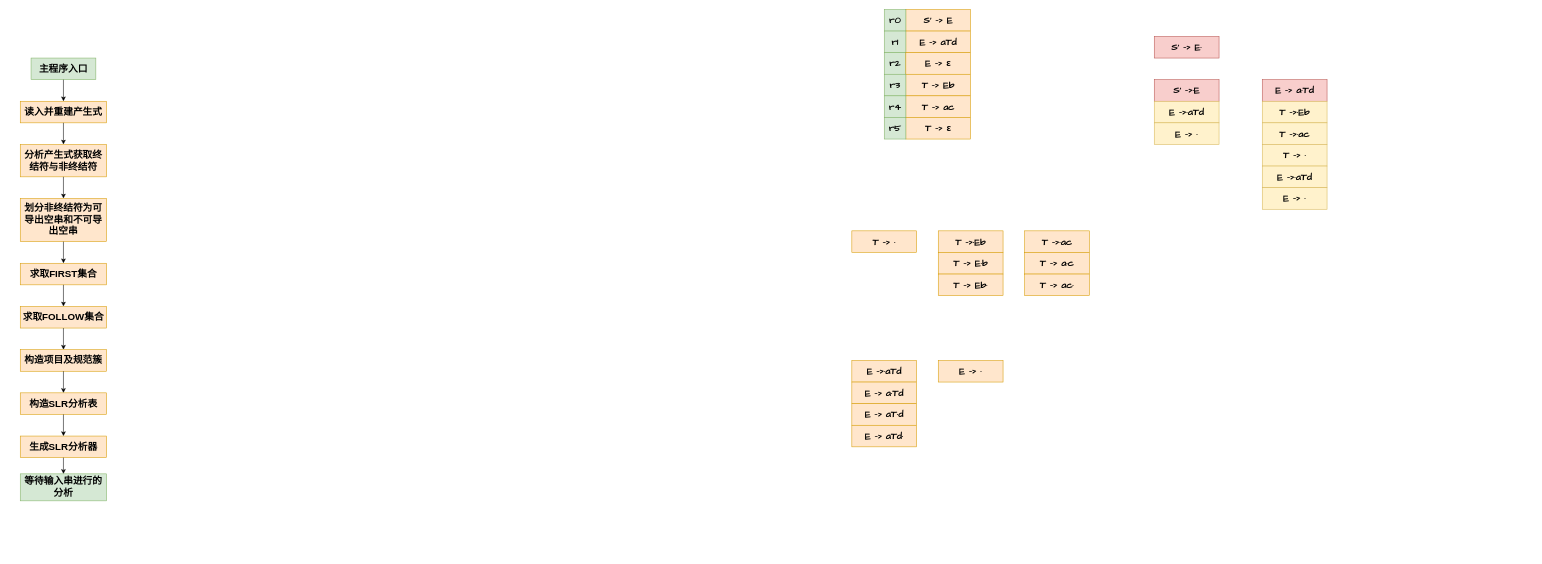
Earlier version of the draw.io diagram CS/CompilersPrinciples/GrammaticalAnalysis.drawio (umiskky/Diagrams). Source tidied: cells renumbered, new cells numbered last; positions are measured from the earlier drawing's top-left corner, leaving out a move shared by most shapes. Both pictures are drawn from the tidied source at 54%, with x=0, y=0 at pixel (20, 9).
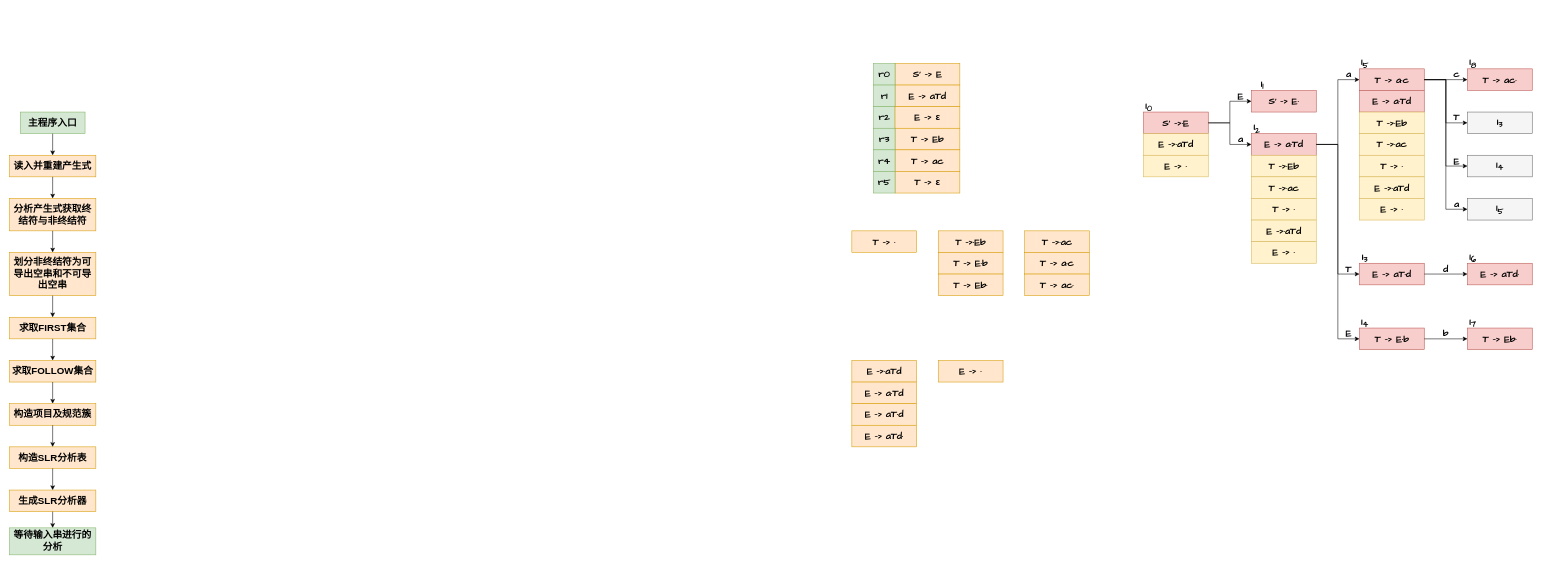
Above is the later version.

The change refers to these unchanged cells:
```xml
<mxCell id="55" value="&lt;font style=&quot;font-size: 18px&quot; face=&quot;Comic Sans MS&quot;&gt;&lt;b&gt;S' -&amp;gt;&lt;/b&gt;&lt;/font&gt;&lt;b style=&quot;font-size: 18px&quot;&gt;&lt;font face=&quot;Comic Sans MS&quot;&gt;·&lt;/font&gt;&lt;/b&gt;&lt;font style=&quot;font-size: 18px&quot; face=&quot;Comic Sans MS&quot;&gt;&lt;b&gt;E&lt;/b&gt;&lt;/font&gt;" style="rounded=0;whiteSpace=wrap;html=1;fillColor=#f8cecc;strokeColor=#b85450;" parent="54" vertex="1">
  <mxGeometry width="120" height="40" as="geometry" />
</mxCell>
<mxCell id="59" value="&lt;font style=&quot;font-size: 18px&quot; face=&quot;Comic Sans MS&quot;&gt;&lt;b&gt;E -&amp;gt; a&lt;/b&gt;&lt;/font&gt;&lt;b style=&quot;font-size: 18px&quot;&gt;&lt;font face=&quot;Comic Sans MS&quot;&gt;·&lt;/font&gt;&lt;/b&gt;&lt;font style=&quot;font-size: 18px&quot; face=&quot;Comic Sans MS&quot;&gt;&lt;b&gt;Td&lt;/b&gt;&lt;/font&gt;" style="rounded=0;whiteSpace=wrap;html=1;fillColor=#f8cecc;strokeColor=#b85450;" parent="58" vertex="1">
  <mxGeometry width="120" height="40" as="geometry" />
</mxCell>
```

What changed in the source:
```diff
@@
     <mxCell id="2" style="group;" parent="1" vertex="1">
-      <mxGeometry y="90" width="160" height="820" as="geometry" />
+      <mxGeometry x="-20" y="190" width="160" height="820" as="geometry" />
     </mxCell>
@@
     <mxCell id="22" style="group;" parent="1" vertex="1">
-      <mxGeometry x="1600" width="160" height="240" as="geometry" />
+      <mxGeometry x="1580" y="100" width="160" height="240" as="geometry" />
     </mxCell>
@@
-    <mxCell id="41" value="&lt;font style=&quot;font-size: 18px&quot; face=&quot;Comic Sans MS&quot;&gt;&lt;b&gt;S' -&amp;gt; E&lt;/b&gt;&lt;/font&gt;&lt;b style=&quot;font-size: 18px&quot;&gt;&lt;font face=&quot;Comic Sans MS&quot;&gt;·&lt;/font&gt;&lt;/b&gt;" style="rounded=0;whiteSpace=wrap;html=1;fillColor=#f8cecc;strokeColor=#b85450;" parent="1" vertex="1">
-      <mxGeometry x="2100" y="50" width="120" height="40" as="geometry" />
-    </mxCell>
@@
+    <mxCell id="65" style="group;" parent="1" vertex="1">
+      <mxGeometry x="2070" y="90" width="730" height="540" as="geometry" />
+    </mxCell>
+    <mxCell id="41" value="&lt;font style=&quot;font-size: 18px&quot; face=&quot;Comic Sans MS&quot;&gt;&lt;b&gt;S' -&amp;gt; E&lt;/b&gt;&lt;/font&gt;&lt;b style=&quot;font-size: 18px&quot;&gt;&lt;font face=&quot;Comic Sans MS&quot;&gt;·&lt;/font&gt;&lt;/b&gt;" style="rounded=0;whiteSpace=wrap;html=1;fillColor=#f8cecc;strokeColor=#b85450;" parent="65" vertex="1">
+      <mxGeometry x="210" y="60" width="120" height="40" as="geometry" />
+    </mxCell>
-    <mxCell id="54" style="group;" parent="1" vertex="1">
-      <mxGeometry x="2100" y="130" width="120" height="120" as="geometry" />
+    <mxCell id="54" style="group;" parent="65" vertex="1">
+      <mxGeometry x="10" y="100" width="120" height="120" as="geometry" />
     </mxCell>
@@
-    <mxCell id="58" style="group;" parent="1" vertex="1">
-      <mxGeometry x="2300" y="130" width="120" height="240" as="geometry" />
+    <mxCell id="58" style="group;" parent="65" vertex="1">
+      <mxGeometry x="210" y="140" width="120" height="240" as="geometry" />
     </mxCell>
@@
+    <mxCell id="66" style="group;" parent="65" vertex="1">
+      <mxGeometry x="410" y="20" width="120" height="280" as="geometry" />
+    </mxCell>
+    <mxCell id="67" value="&lt;font style=&quot;font-size: 18px&quot; face=&quot;Comic Sans MS&quot;&gt;&lt;b&gt;T -&amp;gt; a&lt;/b&gt;&lt;/font&gt;&lt;b style=&quot;font-size: 18px&quot;&gt;&lt;font face=&quot;Comic Sans MS&quot;&gt;·&lt;/font&gt;&lt;/b&gt;&lt;font style=&quot;font-size: 18px&quot; face=&quot;Comic Sans MS&quot;&gt;&lt;b&gt;c&lt;/b&gt;&lt;/font&gt;" style="rounded=0;whiteSpace=wrap;html=1;fillColor=#f8cecc;strokeColor=#b85450;" parent="66" vertex="1">
+      <mxGeometry width="120" height="40" as="geometry" />
+    </mxCell>
+    <mxCell id="68" value="&lt;font style=&quot;font-size: 18px&quot; face=&quot;Comic Sans MS&quot;&gt;&lt;b&gt;E -&amp;gt; a&lt;/b&gt;&lt;/font&gt;&lt;b style=&quot;font-size: 18px&quot;&gt;&lt;font face=&quot;Comic Sans MS&quot;&gt;·&lt;/font&gt;&lt;/b&gt;&lt;font style=&quot;font-size: 18px&quot; face=&quot;Comic Sans MS&quot;&gt;&lt;b&gt;Td&lt;/b&gt;&lt;/font&gt;" style="rounded=0;whiteSpace=wrap;html=1;fillColor=#f8cecc;strokeColor=#b85450;" parent="66" vertex="1">
+      <mxGeometry y="40" width="120" height="40" as="geometry" />
+    </mxCell>
+    <mxCell id="69" value="&lt;font style=&quot;font-size: 18px&quot; face=&quot;Comic Sans MS&quot;&gt;&lt;b&gt;T -&amp;gt;&lt;/b&gt;&lt;/font&gt;&lt;b style=&quot;font-size: 18px&quot;&gt;&lt;font face=&quot;Comic Sans MS&quot;&gt;·&lt;/font&gt;&lt;/b&gt;&lt;font style=&quot;font-size: 18px&quot; face=&quot;Comic Sans MS&quot;&gt;&lt;b&gt;Eb&lt;/b&gt;&lt;/font&gt;" style="rounded=0;whiteSpace=wrap;html=1;fillColor=#fff2cc;strokeColor=#d6b656;" parent="66" vertex="1">
+      <mxGeometry y="80" width="120" height="40" as="geometry" />
+    </mxCell>
+    <mxCell id="70" value="&lt;font style=&quot;font-size: 18px&quot; face=&quot;Comic Sans MS&quot;&gt;&lt;b&gt;T -&amp;gt;&lt;/b&gt;&lt;/font&gt;&lt;b style=&quot;font-size: 18px&quot;&gt;&lt;font face=&quot;Comic Sans MS&quot;&gt;·&lt;/font&gt;&lt;/b&gt;&lt;font style=&quot;font-size: 18px&quot; face=&quot;Comic Sans MS&quot;&gt;&lt;b&gt;ac&lt;/b&gt;&lt;/font&gt;" style="rounded=0;whiteSpace=wrap;html=1;fillColor=#fff2cc;strokeColor=#d6b656;" parent="66" vertex="1">
+      <mxGeometry y="120" width="120" height="40" as="geometry" />
+    </mxCell>
+    <mxCell id="71" value="&lt;font style=&quot;font-size: 18px&quot;&gt;&lt;b&gt;&lt;font face=&quot;Comic Sans MS&quot;&gt;T -&amp;gt; ·&lt;/font&gt;&lt;/b&gt;&lt;/font&gt;" style="rounded=0;whiteSpace=wrap;html=1;fillColor=#fff2cc;strokeColor=#d6b656;" parent="66" vertex="1">
+      <mxGeometry y="160" width="120" height="40" as="geometry" />
+    </mxCell>
+    <mxCell id="72" value="&lt;font style=&quot;font-size: 18px&quot; face=&quot;Comic Sans MS&quot;&gt;&lt;b&gt;E -&amp;gt;&lt;/b&gt;&lt;/font&gt;&lt;b style=&quot;font-size: 18px&quot;&gt;&lt;font face=&quot;Comic Sans MS&quot;&gt;·&lt;/font&gt;&lt;/b&gt;&lt;font style=&quot;font-size: 18px&quot; face=&quot;Comic Sans MS&quot;&gt;&lt;b&gt;aTd&lt;/b&gt;&lt;/font&gt;" style="rounded=0;whiteSpace=wrap;html=1;fillColor=#fff2cc;strokeColor=#d6b656;" parent="66" vertex="1">
+      <mxGeometry y="200" width="120" height="40" as="geometry" />
+    </mxCell>
+    <mxCell id="73" value="&lt;b style=&quot;font-size: 18px&quot;&gt;&lt;font face=&quot;Comic Sans MS&quot;&gt;E -&amp;gt; ·&lt;/font&gt;&lt;/b&gt;" style="rounded=0;whiteSpace=wrap;html=1;fillColor=#fff2cc;strokeColor=#d6b656;" parent="66" vertex="1">
+      <mxGeometry y="240" width="120" height="40" as="geometry" />
+    </mxCell>
+    <mxCell id="74" value="&lt;font style=&quot;font-size: 18px&quot; face=&quot;Comic Sans MS&quot;&gt;&lt;b&gt;T -&amp;gt; ac&lt;/b&gt;&lt;/font&gt;&lt;b style=&quot;font-size: 18px&quot;&gt;&lt;font face=&quot;Comic Sans MS&quot;&gt;·&lt;/font&gt;&lt;/b&gt;" style="rounded=0;whiteSpace=wrap;html=1;fillColor=#f8cecc;strokeColor=#b85450;" parent="65" vertex="1">
+      <mxGeometry x="610" y="20" width="120" height="40" as="geometry" />
+    </mxCell>
+    <mxCell id="75" value="&lt;font style=&quot;font-size: 18px&quot; face=&quot;Comic Sans MS&quot;&gt;&lt;b&gt;E -&amp;gt; aT&lt;/b&gt;&lt;/font&gt;&lt;b style=&quot;font-size: 18px&quot;&gt;&lt;font face=&quot;Comic Sans MS&quot;&gt;·&lt;/font&gt;&lt;/b&gt;&lt;font style=&quot;font-size: 18px&quot; face=&quot;Comic Sans MS&quot;&gt;&lt;b&gt;d&lt;/b&gt;&lt;/font&gt;" style="rounded=0;whiteSpace=wrap;html=1;fillColor=#f8cecc;strokeColor=#b85450;" parent="65" vertex="1">
+      <mxGeometry x="410" y="380" width="120" height="40" as="geometry" />
+    </mxCell>
+    <mxCell id="76" value="&lt;font style=&quot;font-size: 18px&quot; face=&quot;Comic Sans MS&quot;&gt;&lt;b&gt;E -&amp;gt; aTd&lt;/b&gt;&lt;/font&gt;&lt;b style=&quot;font-size: 18px&quot;&gt;&lt;font face=&quot;Comic Sans MS&quot;&gt;·&lt;/font&gt;&lt;/b&gt;" style="rounded=0;whiteSpace=wrap;html=1;fillColor=#f8cecc;strokeColor=#b85450;" parent="65" vertex="1">
+      <mxGeometry x="610" y="380" width="120" height="40" as="geometry" />
+    </mxCell>
+    <mxCell id="77" value="&lt;font style=&quot;font-size: 18px&quot; face=&quot;Comic Sans MS&quot;&gt;&lt;b&gt;T -&amp;gt; E&lt;/b&gt;&lt;/font&gt;&lt;b style=&quot;font-size: 18px&quot;&gt;&lt;font face=&quot;Comic Sans MS&quot;&gt;·&lt;/font&gt;&lt;/b&gt;&lt;font style=&quot;font-size: 18px&quot; face=&quot;Comic Sans MS&quot;&gt;&lt;b&gt;b&lt;/b&gt;&lt;/font&gt;" style="rounded=0;whiteSpace=wrap;html=1;fillColor=#f8cecc;strokeColor=#b85450;" parent="65" vertex="1">
+      <mxGeometry x="410" y="500" width="120" height="40" as="geometry" />
+    </mxCell>
+    <mxCell id="78" value="&lt;font style=&quot;font-size: 18px&quot; face=&quot;Comic Sans MS&quot;&gt;&lt;b&gt;T -&amp;gt; E&lt;/b&gt;&lt;/font&gt;&lt;font style=&quot;font-size: 18px&quot; face=&quot;Comic Sans MS&quot;&gt;&lt;b&gt;b&lt;/b&gt;&lt;/font&gt;&lt;b style=&quot;font-size: 18px&quot;&gt;&lt;font face=&quot;Comic Sans MS&quot;&gt;·&lt;/font&gt;&lt;/b&gt;" style="rounded=0;whiteSpace=wrap;html=1;fillColor=#f8cecc;strokeColor=#b85450;" parent="65" vertex="1">
+      <mxGeometry x="610" y="500" width="120" height="40" as="geometry" />
+    </mxCell>
+    <mxCell id="79" style="edgeStyle=orthogonalEdgeStyle;rounded=0;jettySize=auto;html=1;exitX=1;exitY=0.5;exitDx=0;exitDy=0;entryX=0;entryY=0.5;entryDx=0;entryDy=0;" parent="65" edge="1" source="55" target="59">
+      <mxGeometry relative="1" as="geometry" />
+    </mxCell>
+    <mxCell id="80" style="edgeStyle=orthogonalEdgeStyle;rounded=0;jettySize=auto;html=1;exitX=1;exitY=0.5;exitDx=0;exitDy=0;entryX=0;entryY=0.5;entryDx=0;entryDy=0;" parent="65" edge="1" source="59" target="67">
+      <mxGeometry relative="1" as="geometry" />
+    </mxCell>
+    <mxCell id="81" style="edgeStyle=orthogonalEdgeStyle;rounded=0;jettySize=auto;html=1;exitX=1;exitY=0.5;exitDx=0;exitDy=0;entryX=0;entryY=0.5;entryDx=0;entryDy=0;" parent="65" edge="1" source="59" target="75">
+      <mxGeometry relative="1" as="geometry" />
+    </mxCell>
+    <mxCell id="82" style="edgeStyle=orthogonalEdgeStyle;rounded=0;jettySize=auto;html=1;exitX=1;exitY=0.5;exitDx=0;exitDy=0;entryX=0;entryY=0.5;entryDx=0;entryDy=0;" parent="65" edge="1" source="59" target="77">
+      <mxGeometry relative="1" as="geometry" />
+    </mxCell>
+    <mxCell id="83" style="edgeStyle=orthogonalEdgeStyle;rounded=0;jettySize=auto;html=1;exitX=1;exitY=0.5;exitDx=0;exitDy=0;entryX=0;entryY=0.5;entryDx=0;entryDy=0;" parent="65" edge="1" source="75" target="76">
+      <mxGeometry relative="1" as="geometry" />
+    </mxCell>
+    <mxCell id="84" style="edgeStyle=orthogonalEdgeStyle;rounded=0;jettySize=auto;html=1;exitX=1;exitY=0.5;exitDx=0;exitDy=0;entryX=0;entryY=0.5;entryDx=0;entryDy=0;" parent="65" edge="1" source="67" target="74">
+      <mxGeometry relative="1" as="geometry" />
+    </mxCell>
+    <mxCell id="85" value="&lt;font face=&quot;Comic Sans MS&quot; style=&quot;font-size: 18px&quot;&gt;&lt;b&gt;I&lt;sub&gt;0&lt;/sub&gt;&lt;/b&gt;&lt;/font&gt;" style="text;html=1;strokeColor=none;fillColor=none;align=center;verticalAlign=middle;whiteSpace=wrap;rounded=0;" parent="65" vertex="1">
+      <mxGeometry y="80" width="40" height="20" as="geometry" />
+    </mxCell>
+    <mxCell id="86" value="&lt;font face=&quot;Comic Sans MS&quot; style=&quot;font-size: 18px&quot;&gt;&lt;b&gt;I&lt;sub&gt;1&lt;/sub&gt;&lt;/b&gt;&lt;/font&gt;" style="text;html=1;strokeColor=none;fillColor=none;align=center;verticalAlign=middle;whiteSpace=wrap;rounded=0;" parent="65" vertex="1">
+      <mxGeometry x="210" y="40" width="40" height="20" as="geometry" />
+    </mxCell>
+    <mxCell id="87" value="&lt;font face=&quot;Comic Sans MS&quot; style=&quot;font-size: 18px&quot;&gt;&lt;b&gt;I&lt;sub&gt;2&lt;/sub&gt;&lt;/b&gt;&lt;/font&gt;" style="text;html=1;strokeColor=none;fillColor=none;align=center;verticalAlign=middle;whiteSpace=wrap;rounded=0;" parent="65" vertex="1">
+      <mxGeometry x="200" y="120" width="40" height="20" as="geometry" />
+    </mxCell>
+    <mxCell id="88" value="&lt;font face=&quot;Comic Sans MS&quot; style=&quot;font-size: 18px&quot;&gt;&lt;b&gt;I&lt;sub&gt;3&lt;/sub&gt;&lt;/b&gt;&lt;/font&gt;" style="text;html=1;strokeColor=none;fillColor=none;align=center;verticalAlign=middle;whiteSpace=wrap;rounded=0;" parent="65" vertex="1">
+      <mxGeometry x="400" y="360" width="40" height="20" as="geometry" />
+    </mxCell>
+    <mxCell id="89" value="&lt;font face=&quot;Comic Sans MS&quot; style=&quot;font-size: 18px&quot;&gt;&lt;b&gt;I&lt;sub&gt;4&lt;/sub&gt;&lt;/b&gt;&lt;/font&gt;" style="text;html=1;strokeColor=none;fillColor=none;align=center;verticalAlign=middle;whiteSpace=wrap;rounded=0;" parent="65" vertex="1">
+      <mxGeometry x="400" y="480" width="40" height="20" as="geometry" />
+    </mxCell>
+    <mxCell id="90" value="&lt;font face=&quot;Comic Sans MS&quot; style=&quot;font-size: 18px&quot;&gt;&lt;b&gt;I&lt;sub&gt;6&lt;/sub&gt;&lt;/b&gt;&lt;/font&gt;" style="text;html=1;strokeColor=none;fillColor=none;align=center;verticalAlign=middle;whiteSpace=wrap;rounded=0;" parent="65" vertex="1">
+      <mxGeometry x="600" y="360" width="40" height="20" as="geometry" />
+    </mxCell>
+    <mxCell id="91" value="&lt;font face=&quot;Comic Sans MS&quot; style=&quot;font-size: 18px&quot;&gt;&lt;b&gt;I&lt;sub&gt;7&lt;/sub&gt;&lt;/b&gt;&lt;/font&gt;" style="text;html=1;strokeColor=none;fillColor=none;align=center;verticalAlign=middle;whiteSpace=wrap;rounded=0;" parent="65" vertex="1">
+      <mxGeometry x="600" y="480" width="40" height="20" as="geometry" />
+    </mxCell>
+    <mxCell id="92" value="&lt;font face=&quot;Comic Sans MS&quot; style=&quot;font-size: 18px&quot;&gt;&lt;b&gt;I&lt;sub&gt;5&lt;/sub&gt;&lt;/b&gt;&lt;/font&gt;" style="text;html=1;strokeColor=none;fillColor=none;align=center;verticalAlign=middle;whiteSpace=wrap;rounded=0;" parent="65" vertex="1">
+      <mxGeometry x="400" width="40" height="20" as="geometry" />
+    </mxCell>
+    <mxCell id="93" value="&lt;font face=&quot;Comic Sans MS&quot; style=&quot;font-size: 18px&quot;&gt;&lt;b&gt;I&lt;sub&gt;8&lt;/sub&gt;&lt;/b&gt;&lt;/font&gt;" style="text;html=1;strokeColor=none;fillColor=none;align=center;verticalAlign=middle;whiteSpace=wrap;rounded=0;" parent="65" vertex="1">
+      <mxGeometry x="600" width="40" height="20" as="geometry" />
+    </mxCell>
+    <mxCell id="94" style="rounded=0;whiteSpace=wrap;html=1;fillColor=#f5f5f5;strokeColor=#666666;fontColor=#333333;" parent="65" vertex="1">
+      <mxGeometry x="610" y="100" width="120" height="40" as="geometry" />
+    </mxCell>
+    <mxCell id="95" style="edgeStyle=orthogonalEdgeStyle;rounded=0;jettySize=auto;html=1;exitX=1;exitY=0.5;exitDx=0;exitDy=0;entryX=0;entryY=0.5;entryDx=0;entryDy=0;" parent="65" edge="1" source="67" target="94">
+      <mxGeometry relative="1" as="geometry" />
+    </mxCell>
+    <mxCell id="96" style="rounded=0;whiteSpace=wrap;html=1;fillColor=#f5f5f5;strokeColor=#666666;fontColor=#333333;" parent="65" vertex="1">
+      <mxGeometry x="610" y="180" width="120" height="40" as="geometry" />
+    </mxCell>
+    <mxCell id="97" style="edgeStyle=orthogonalEdgeStyle;rounded=0;jettySize=auto;html=1;exitX=1;exitY=0.5;exitDx=0;exitDy=0;entryX=0;entryY=0.5;entryDx=0;entryDy=0;" parent="65" edge="1" source="67" target="96">
+      <mxGeometry relative="1" as="geometry" />
+    </mxCell>
+    <mxCell id="98" style="rounded=0;whiteSpace=wrap;html=1;fillColor=#f5f5f5;strokeColor=#666666;fontColor=#333333;" parent="65" vertex="1">
+      <mxGeometry x="610" y="260" width="120" height="40" as="geometry" />
+    </mxCell>
+    <mxCell id="99" style="edgeStyle=orthogonalEdgeStyle;rounded=0;jettySize=auto;html=1;exitX=1;exitY=0.5;exitDx=0;exitDy=0;entryX=0;entryY=0.5;entryDx=0;entryDy=0;" parent="65" edge="1" source="67" target="98">
+      <mxGeometry relative="1" as="geometry" />
+    </mxCell>
+    <mxCell id="100" value="&lt;font face=&quot;Comic Sans MS&quot; style=&quot;font-size: 18px&quot;&gt;&lt;b&gt;I&lt;sub&gt;3&lt;/sub&gt;&lt;/b&gt;&lt;/font&gt;" style="text;html=1;strokeColor=none;fillColor=none;align=center;verticalAlign=middle;whiteSpace=wrap;rounded=0;" parent="65" vertex="1">
+      <mxGeometry x="650" y="110" width="40" height="20" as="geometry" />
+    </mxCell>
+    <mxCell id="101" value="&lt;font face=&quot;Comic Sans MS&quot; style=&quot;font-size: 18px&quot;&gt;&lt;b&gt;I&lt;sub&gt;4&lt;/sub&gt;&lt;/b&gt;&lt;/font&gt;" style="text;html=1;strokeColor=none;fillColor=none;align=center;verticalAlign=middle;whiteSpace=wrap;rounded=0;" parent="65" vertex="1">
+      <mxGeometry x="650" y="190" width="40" height="20" as="geometry" />
+    </mxCell>
+    <mxCell id="102" value="&lt;font face=&quot;Comic Sans MS&quot; style=&quot;font-size: 18px&quot;&gt;&lt;b&gt;I&lt;sub&gt;5&lt;/sub&gt;&lt;/b&gt;&lt;/font&gt;" style="text;html=1;strokeColor=none;fillColor=none;align=center;verticalAlign=middle;whiteSpace=wrap;rounded=0;" parent="65" vertex="1">
+      <mxGeometry x="650" y="270" width="40" height="20" as="geometry" />
+    </mxCell>
+    <mxCell id="103" style="edgeStyle=orthogonalEdgeStyle;rounded=0;jettySize=auto;html=1;exitX=1;exitY=0.5;exitDx=0;exitDy=0;entryX=0;entryY=0.5;entryDx=0;entryDy=0;" parent="65" edge="1" source="77" target="78">
+      <mxGeometry relative="1" as="geometry" />
+    </mxCell>
+    <mxCell id="104" style="edgeStyle=orthogonalEdgeStyle;rounded=0;jettySize=auto;html=1;exitX=1;exitY=0.5;exitDx=0;exitDy=0;entryX=0;entryY=0.5;entryDx=0;entryDy=0;" parent="65" edge="1" source="55" target="41">
+      <mxGeometry relative="1" as="geometry" />
+    </mxCell>
+    <mxCell id="105" value="&lt;font style=&quot;font-size: 18px&quot; face=&quot;Comic Sans MS&quot;&gt;&lt;b&gt;E&lt;/b&gt;&lt;/font&gt;" style="text;html=1;strokeColor=none;fillColor=none;align=center;verticalAlign=middle;whiteSpace=wrap;rounded=0;" parent="65" vertex="1">
+      <mxGeometry x="170" y="60" width="40" height="20" as="geometry" />
+    </mxCell>
+    <mxCell id="106" value="&lt;font style=&quot;font-size: 18px&quot; face=&quot;Comic Sans MS&quot;&gt;&lt;b&gt;a&lt;/b&gt;&lt;/font&gt;" style="text;html=1;strokeColor=none;fillColor=none;align=center;verticalAlign=middle;whiteSpace=wrap;rounded=0;" parent="65" vertex="1">
+      <mxGeometry x="170" y="140" width="40" height="20" as="geometry" />
+    </mxCell>
+    <mxCell id="107" value="&lt;font style=&quot;font-size: 18px&quot; face=&quot;Comic Sans MS&quot;&gt;&lt;b&gt;a&lt;/b&gt;&lt;/font&gt;" style="text;html=1;strokeColor=none;fillColor=none;align=center;verticalAlign=middle;whiteSpace=wrap;rounded=0;" parent="65" vertex="1">
+      <mxGeometry x="370" y="20" width="40" height="20" as="geometry" />
+    </mxCell>
+    <mxCell id="108" value="&lt;font style=&quot;font-size: 18px&quot; face=&quot;Comic Sans MS&quot;&gt;&lt;b&gt;T&lt;/b&gt;&lt;/font&gt;" style="text;html=1;strokeColor=none;fillColor=none;align=center;verticalAlign=middle;whiteSpace=wrap;rounded=0;" parent="65" vertex="1">
+      <mxGeometry x="370" y="380" width="40" height="20" as="geometry" />
+    </mxCell>
+    <mxCell id="109" value="&lt;font style=&quot;font-size: 18px&quot; face=&quot;Comic Sans MS&quot;&gt;&lt;b&gt;E&lt;/b&gt;&lt;/font&gt;" style="text;html=1;strokeColor=none;fillColor=none;align=center;verticalAlign=middle;whiteSpace=wrap;rounded=0;" parent="65" vertex="1">
+      <mxGeometry x="370" y="500" width="40" height="20" as="geometry" />
+    </mxCell>
+    <mxCell id="110" value="&lt;font style=&quot;font-size: 18px&quot; face=&quot;Comic Sans MS&quot;&gt;&lt;b&gt;c&lt;/b&gt;&lt;/font&gt;" style="text;html=1;strokeColor=none;fillColor=none;align=center;verticalAlign=middle;whiteSpace=wrap;rounded=0;" parent="65" vertex="1">
+      <mxGeometry x="570" y="20" width="40" height="20" as="geometry" />
+    </mxCell>
+    <mxCell id="111" value="&lt;font style=&quot;font-size: 18px&quot; face=&quot;Comic Sans MS&quot;&gt;&lt;b&gt;T&lt;/b&gt;&lt;/font&gt;" style="text;html=1;strokeColor=none;fillColor=none;align=center;verticalAlign=middle;whiteSpace=wrap;rounded=0;" parent="65" vertex="1">
+      <mxGeometry x="570" y="100" width="40" height="20" as="geometry" />
+    </mxCell>
+    <mxCell id="112" value="&lt;font style=&quot;font-size: 18px&quot; face=&quot;Comic Sans MS&quot;&gt;&lt;b&gt;E&lt;/b&gt;&lt;/font&gt;" style="text;html=1;strokeColor=none;fillColor=none;align=center;verticalAlign=middle;whiteSpace=wrap;rounded=0;" parent="65" vertex="1">
+      <mxGeometry x="570" y="180" width="40" height="20" as="geometry" />
+    </mxCell>
+    <mxCell id="113" value="&lt;font style=&quot;font-size: 18px&quot; face=&quot;Comic Sans MS&quot;&gt;&lt;b&gt;a&lt;/b&gt;&lt;/font&gt;" style="text;html=1;strokeColor=none;fillColor=none;align=center;verticalAlign=middle;whiteSpace=wrap;rounded=0;" parent="65" vertex="1">
+      <mxGeometry x="570" y="260" width="40" height="20" as="geometry" />
+    </mxCell>
+    <mxCell id="114" value="&lt;font style=&quot;font-size: 18px&quot; face=&quot;Comic Sans MS&quot;&gt;&lt;b&gt;d&lt;/b&gt;&lt;/font&gt;" style="text;html=1;strokeColor=none;fillColor=none;align=center;verticalAlign=middle;whiteSpace=wrap;rounded=0;" parent="65" vertex="1">
+      <mxGeometry x="550" y="380" width="40" height="20" as="geometry" />
+    </mxCell>
+    <mxCell id="115" value="&lt;font style=&quot;font-size: 18px&quot; face=&quot;Comic Sans MS&quot;&gt;&lt;b&gt;b&lt;/b&gt;&lt;/font&gt;" style="text;html=1;strokeColor=none;fillColor=none;align=center;verticalAlign=middle;whiteSpace=wrap;rounded=0;" parent="65" vertex="1">
+      <mxGeometry x="550" y="500" width="40" height="20" as="geometry" />
+    </mxCell>
```
